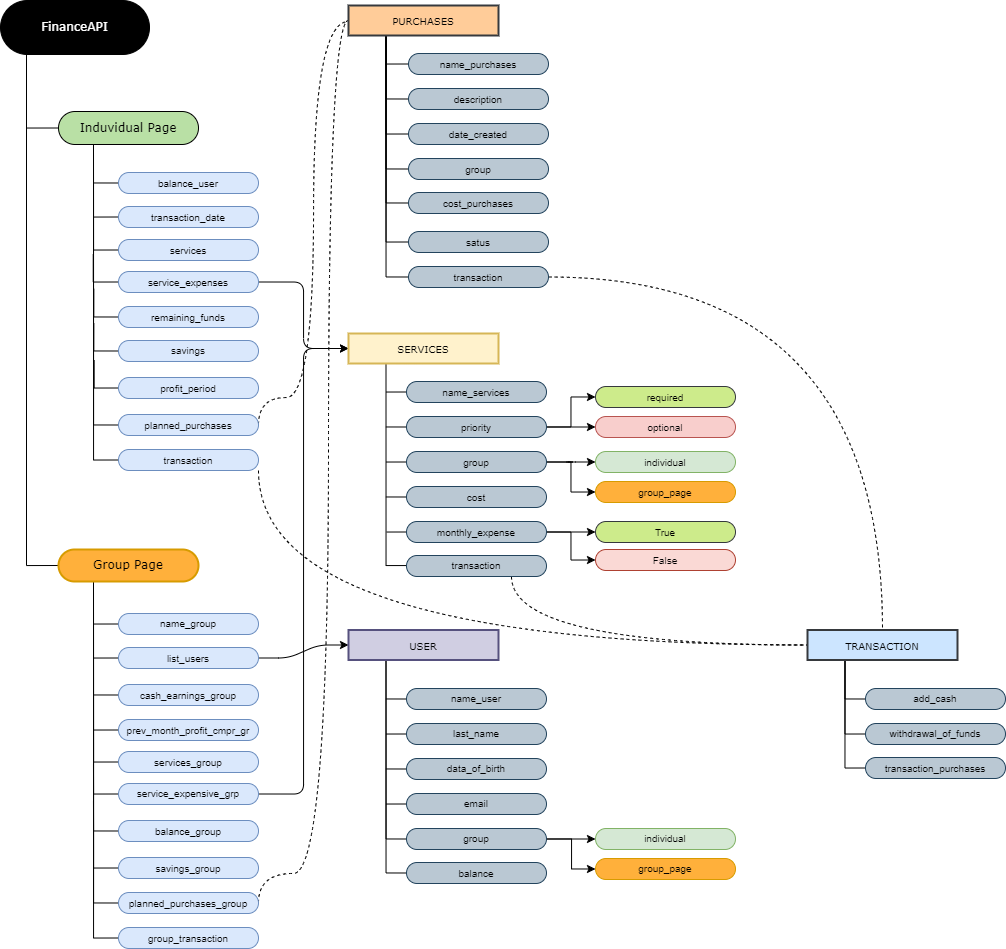
Before: Documentation/drawio.png, a diagram exported from draw.io (stupns/FinanceAPI). Source tidied: cells renumbered, new cells last; positions are measured from the earlier drawing's top-left corner, leaving out a move shared by most shapes.
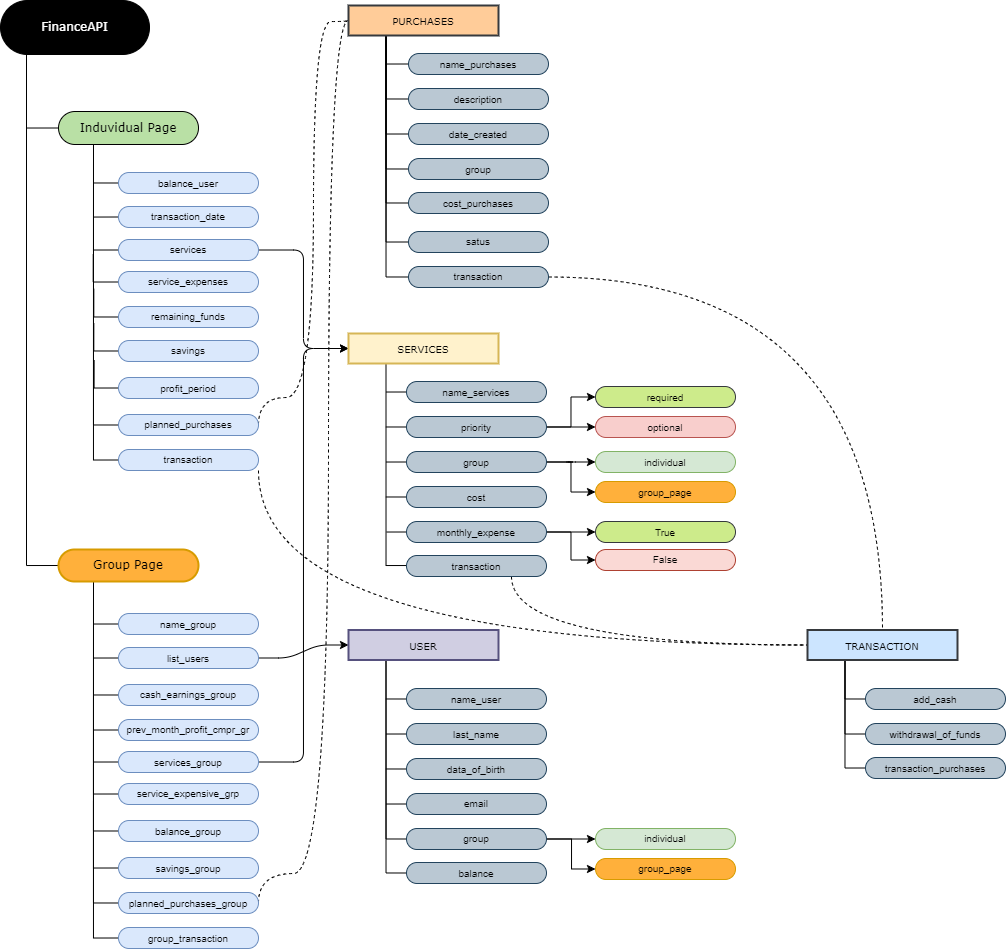
After the change.

The edit, as a diff of the source:
```diff
@@ -61,8 +61,13 @@
     <mxCell id="17" value="transaction_date" style="rounded=1;whiteSpace=wrap;html=1;arcSize=50;fillColor=#dae8fc;strokeColor=#6c8ebf;fontSize=10;" parent="1" vertex="1">
       <mxGeometry x="118" y="206" width="140" height="21" as="geometry" />
     </mxCell>
-    <mxCell id="18" style="edgeStyle=orthogonalEdgeStyle;rounded=1;jettySize=auto;html=1;exitX=1;exitY=0.5;exitDx=0;exitDy=0;entryX=0;entryY=0.5;entryDx=0;entryDy=0;fontFamily=Verdana;fontSize=10;fontColor=#000000;elbow=vertical;" parent="1" edge="1" source="20" target="61">
-      <mxGeometry relative="1" as="geometry" />
+    <mxCell id="18" style="edgeStyle=orthogonalEdgeStyle;rounded=1;jettySize=auto;html=1;exitX=1;exitY=0.5;exitDx=0;exitDy=0;entryX=0;entryY=0.5;entryDx=0;entryDy=0;fontFamily=Verdana;fontSize=10;fontColor=#000000;elbow=vertical;" parent="1" edge="1" source="116" target="61">
+      <mxGeometry relative="1" as="geometry">
+        <Array as="points">
+          <mxPoint x="303" y="250" />
+          <mxPoint x="303" y="348" />
+        </Array>
+      </mxGeometry>
     </mxCell>
     <mxCell id="19" style="edgeStyle=orthogonalEdgeStyle;rounded=0;jettySize=auto;html=1;exitX=0;exitY=0.5;exitDx=0;exitDy=0;strokeColor=default;fontFamily=Verdana;fontSize=10;fontColor=#000000;startArrow=none;startFill=0;endArrow=none;endFill=0;elbow=vertical;" parent="1" edge="1" source="20">
       <mxGeometry relative="1" as="geometry">
@@ -143,7 +148,7 @@
     <mxCell id="37" value="&lt;font style=&quot;font-size: 10px;&quot;&gt;prev_month_profit_cmpr_gr&lt;/font&gt;" style="rounded=1;whiteSpace=wrap;html=1;arcSize=50;fillColor=#dae8fc;strokeColor=#6c8ebf;fontSize=10;" parent="1" vertex="1">
       <mxGeometry x="118" y="719" width="140" height="21" as="geometry" />
     </mxCell>
-    <mxCell id="38" style="edgeStyle=orthogonalEdgeStyle;rounded=1;jettySize=auto;html=1;exitX=1;exitY=0.5;exitDx=0;exitDy=0;entryX=0;entryY=0.5;entryDx=0;entryDy=0;fontFamily=Verdana;fontSize=10;fontColor=#000000;elbow=vertical;" parent="1" edge="1" source="40" target="61">
+    <mxCell id="38" style="edgeStyle=orthogonalEdgeStyle;rounded=1;jettySize=auto;html=1;exitX=1;exitY=0.5;exitDx=0;exitDy=0;entryX=0;entryY=0.5;entryDx=0;entryDy=0;fontFamily=Verdana;fontSize=10;fontColor=#000000;elbow=vertical;" parent="1" edge="1" source="117" target="61">
       <mxGeometry relative="1" as="geometry" />
     </mxCell>
     <mxCell id="39" style="edgeStyle=orthogonalEdgeStyle;rounded=0;jettySize=auto;html=1;exitX=0;exitY=0.5;exitDx=0;exitDy=0;strokeColor=default;fontFamily=Verdana;fontSize=10;fontColor=#000000;startArrow=none;startFill=0;endArrow=none;endFill=0;elbow=vertical;" parent="1" edge="1" source="40">
```
